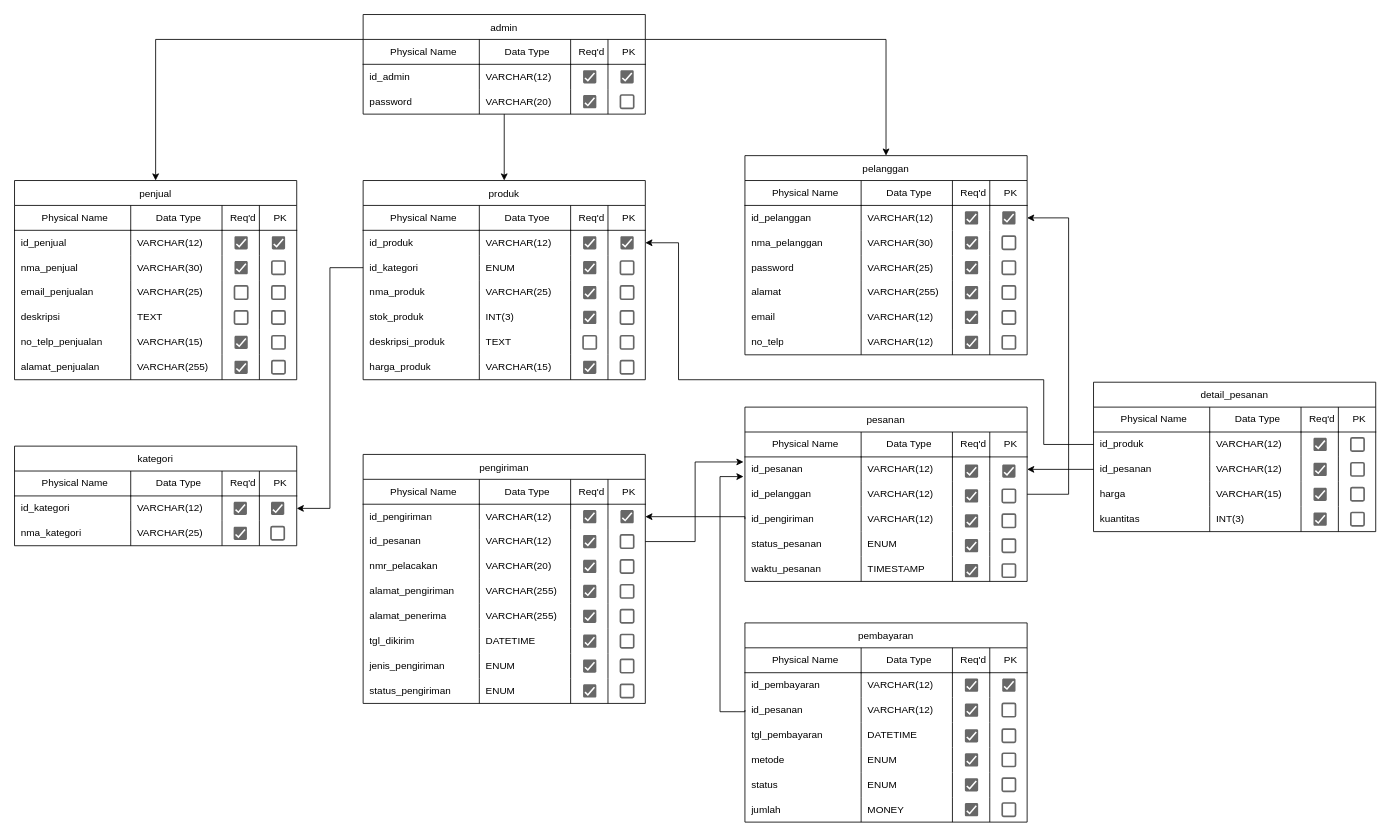
Earlier version of the draw.io diagram e-commerce_pdm.drawio (vinnnna/sistem-basis-data). Source tidied: cells renumbered, new cells numbered last; positions are measured from the earlier drawing's top-left corner, leaving out a move shared by most shapes. Both pictures are drawn from the tidied source at 83%, with x=0, y=0 at pixel (14, 14).
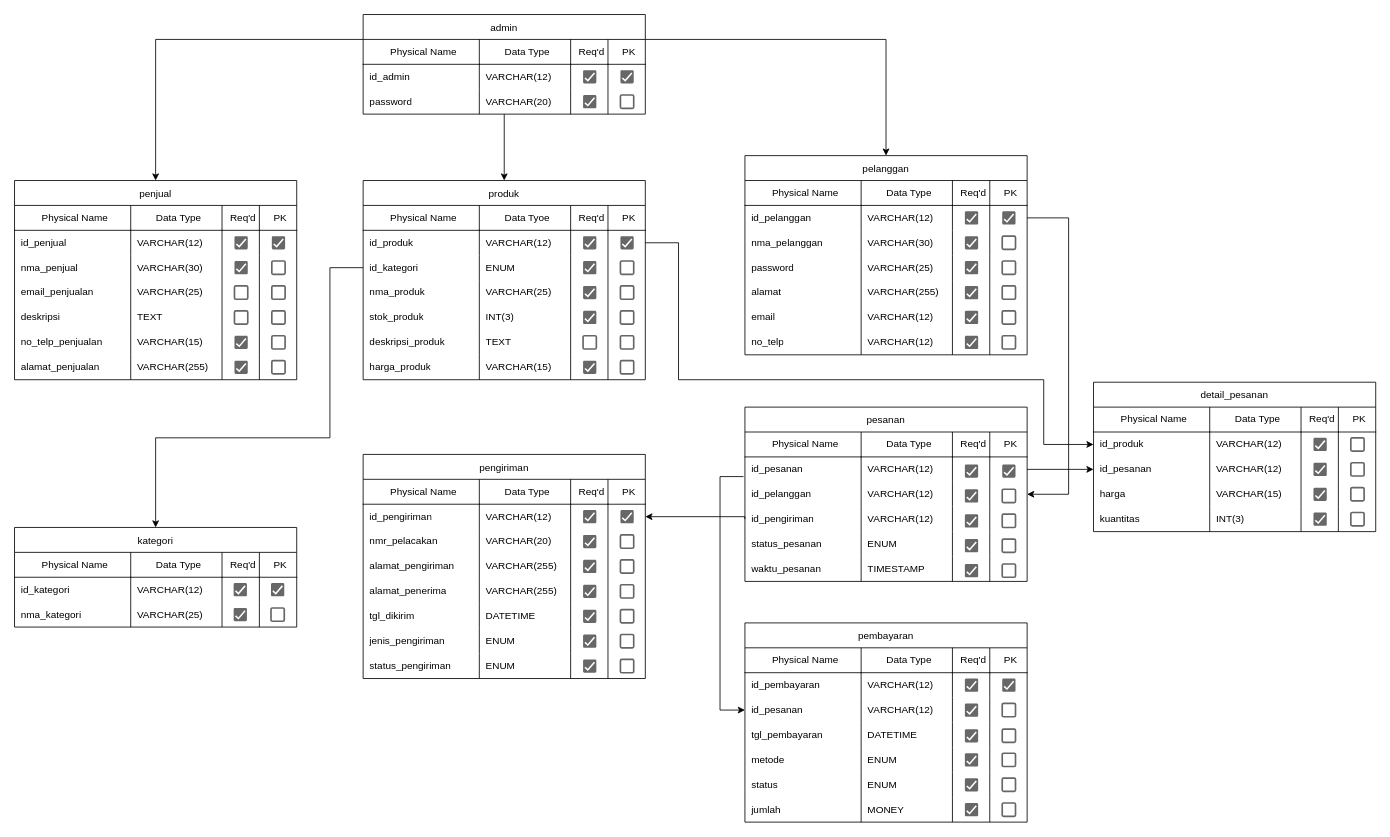
The same page after the edit.

Unchanged cells that the change refers to:
```xml
<mxCell id="44" style="shape=tableRow;horizontal=0;startSize=0;swimlaneHead=0;swimlaneBody=0;top=0;left=0;bottom=0;right=0;fillColor=none;points=[[0,0.5],[1,0.5]];portConstraint=eastwest;strokeColor=inherit;fontSize=12;" parent="38" vertex="1">
  <mxGeometry y="60" width="340" height="30" as="geometry" />
</mxCell>
<mxCell id="49" style="shape=tableRow;horizontal=0;startSize=0;swimlaneHead=0;swimlaneBody=0;top=0;left=0;bottom=0;right=0;fillColor=none;points=[[0,0.5],[1,0.5]];portConstraint=eastwest;strokeColor=inherit;fontSize=12;" parent="38" vertex="1">
  <mxGeometry y="90" width="340" height="30" as="geometry" />
</mxCell>
<mxCell id="80" style="shape=tableRow;horizontal=0;startSize=0;swimlaneHead=0;swimlaneBody=0;top=0;left=0;bottom=0;right=0;fillColor=none;points=[[0,0.5],[1,0.5]];portConstraint=eastwest;strokeColor=inherit;fontSize=12;" parent="74" vertex="1">
  <mxGeometry y="60" width="340" height="30" as="geometry" />
</mxCell>
<mxCell id="85" style="shape=tableRow;horizontal=0;startSize=0;swimlaneHead=0;swimlaneBody=0;top=0;left=0;bottom=0;right=0;fillColor=none;points=[[0,0.5],[1,0.5]];portConstraint=eastwest;strokeColor=inherit;fontSize=12;" parent="74" vertex="1">
  <mxGeometry y="90" width="340" height="30" as="geometry" />
</mxCell>
<mxCell id="111" style="shape=tableRow;horizontal=0;startSize=0;swimlaneHead=0;swimlaneBody=0;top=0;left=0;bottom=0;right=0;fillColor=none;points=[[0,0.5],[1,0.5]];portConstraint=eastwest;strokeColor=inherit;fontSize=12;" parent="105" vertex="1">
  <mxGeometry y="60" width="340" height="30" as="geometry" />
</mxCell>
<mxCell id="116" style="shape=tableRow;horizontal=0;startSize=0;swimlaneHead=0;swimlaneBody=0;top=0;left=0;bottom=0;right=0;fillColor=none;points=[[0,0.5],[1,0.5]];portConstraint=eastwest;strokeColor=inherit;fontSize=12;" parent="105" vertex="1">
  <mxGeometry y="90" width="340" height="30" as="geometry" />
</mxCell>
<mxCell id="137" style="shape=tableRow;horizontal=0;startSize=0;swimlaneHead=0;swimlaneBody=0;top=0;left=0;bottom=0;right=0;fillColor=none;points=[[0,0.5],[1,0.5]];portConstraint=eastwest;strokeColor=inherit;fontSize=12;" parent="131" vertex="1">
  <mxGeometry y="60" width="340" height="30" as="geometry" />
</mxCell>
<mxCell id="191" style="shape=tableRow;horizontal=0;startSize=0;swimlaneHead=0;swimlaneBody=0;top=0;left=0;bottom=0;right=0;fillColor=none;points=[[0,0.5],[1,0.5]];portConstraint=eastwest;strokeColor=inherit;fontSize=12;" parent="185" vertex="1">
  <mxGeometry y="60" width="340" height="30" as="geometry" />
</mxCell>
<mxCell id="259" style="shape=tableRow;horizontal=0;startSize=0;swimlaneHead=0;swimlaneBody=0;top=0;left=0;bottom=0;right=0;fillColor=none;points=[[0,0.5],[1,0.5]];portConstraint=eastwest;strokeColor=inherit;fontSize=12;" parent="248" vertex="1">
  <mxGeometry y="90" width="340" height="30" as="geometry" />
</mxCell>
```

What changed in the source:
```diff
@@
     <mxCell id="185" value="kategori" style="shape=table;startSize=30;childLayout=tableLayout;rowLines=0;fontStyle=0;strokeColor=default;fontSize=12;" parent="1" vertex="1">
-      <mxGeometry y="520" width="340" height="120" as="geometry" />
+      <mxGeometry y="618" width="340" height="120" as="geometry" />
     </mxCell>
@@
     <mxCell id="201" value="pengiriman" style="shape=table;startSize=30;childLayout=tableLayout;rowLines=0;fontStyle=0;strokeColor=default;fontSize=12;" parent="1" vertex="1">
-      <mxGeometry x="420" y="530" width="340" height="300" as="geometry" />
+      <mxGeometry x="420" y="530" width="340" height="270" as="geometry" />
     </mxCell>
@@
-    <mxCell id="212" style="shape=tableRow;horizontal=0;startSize=0;swimlaneHead=0;swimlaneBody=0;top=0;left=0;bottom=0;right=0;fillColor=none;points=[[0,0.5],[1,0.5]];portConstraint=eastwest;strokeColor=inherit;fontSize=12;" parent="201" vertex="1">
-      <mxGeometry y="90" width="340" height="30" as="geometry" />
-    </mxCell>
-    <mxCell id="213" value="id_pesanan" style="shape=partialRectangle;html=1;whiteSpace=wrap;fillColor=none;top=0;left=0;bottom=0;right=0;align=left;spacingLeft=6;overflow=hidden;strokeColor=inherit;fontSize=12;" parent="212" vertex="1">
-      <mxGeometry width="140" height="30" as="geometry" />
-    </mxCell>
-    <mxCell id="214" value="VARCHAR(12)" style="shape=partialRectangle;html=1;whiteSpace=wrap;fillColor=none;top=0;left=0;bottom=0;right=0;align=left;spacingLeft=6;overflow=hidden;strokeColor=inherit;fontSize=12;" parent="212" vertex="1">
-      <mxGeometry x="140" width="110" height="30" as="geometry" />
-    </mxCell>
-    <mxCell id="215" style="shape=partialRectangle;html=1;whiteSpace=wrap;fillColor=none;top=0;left=0;bottom=0;right=0;align=left;spacingLeft=6;overflow=hidden;strokeColor=inherit;fontSize=12;" parent="212" vertex="1">
-      <mxGeometry x="250" width="45" height="30" as="geometry" />
-    </mxCell>
-    <mxCell id="216" style="shape=partialRectangle;html=1;whiteSpace=wrap;fillColor=none;top=0;left=0;bottom=0;right=0;align=left;spacingLeft=6;overflow=hidden;strokeColor=inherit;fontSize=12;" parent="212" vertex="1">
-      <mxGeometry x="295" width="45" height="30" as="geometry" />
-    </mxCell>
     <mxCell id="217" style="shape=tableRow;horizontal=0;startSize=0;swimlaneHead=0;swimlaneBody=0;top=0;left=0;bottom=0;right=0;fillColor=none;strokeColor=inherit;fontSize=12;" parent="201" vertex="1">
-      <mxGeometry y="120" width="340" height="30" as="geometry" />
+      <mxGeometry y="90" width="340" height="30" as="geometry" />
     </mxCell>
@@
     <mxCell id="222" style="shape=tableRow;horizontal=0;startSize=0;swimlaneHead=0;swimlaneBody=0;top=0;left=0;bottom=0;right=0;fillColor=none;strokeColor=inherit;fontSize=12;" parent="201" vertex="1">
-      <mxGeometry y="150" width="340" height="30" as="geometry" />
+      <mxGeometry y="120" width="340" height="30" as="geometry" />
     </mxCell>
@@
     <mxCell id="227" style="shape=tableRow;horizontal=0;startSize=0;swimlaneHead=0;swimlaneBody=0;top=0;left=0;bottom=0;right=0;fillColor=none;strokeColor=inherit;fontSize=12;" parent="201" vertex="1">
-      <mxGeometry y="180" width="340" height="30" as="geometry" />
+      <mxGeometry y="150" width="340" height="30" as="geometry" />
     </mxCell>
@@
     <mxCell id="232" style="shape=tableRow;horizontal=0;startSize=0;swimlaneHead=0;swimlaneBody=0;top=0;left=0;bottom=0;right=0;fillColor=none;strokeColor=inherit;fontSize=12;" parent="201" vertex="1">
-      <mxGeometry y="210" width="340" height="30" as="geometry" />
+      <mxGeometry y="180" width="340" height="30" as="geometry" />
     </mxCell>
@@
     <mxCell id="237" style="shape=tableRow;horizontal=0;startSize=0;swimlaneHead=0;swimlaneBody=0;top=0;left=0;bottom=0;right=0;fillColor=none;strokeColor=inherit;fontSize=12;" parent="201" vertex="1">
-      <mxGeometry y="240" width="340" height="30" as="geometry" />
+      <mxGeometry y="210" width="340" height="30" as="geometry" />
     </mxCell>
@@
     <mxCell id="242" style="shape=tableRow;horizontal=0;startSize=0;swimlaneHead=0;swimlaneBody=0;top=0;left=0;bottom=0;right=0;fillColor=none;strokeColor=inherit;fontSize=12;" parent="201" vertex="1">
-      <mxGeometry y="270" width="340" height="30" as="geometry" />
+      <mxGeometry y="240" width="340" height="30" as="geometry" />
     </mxCell>
@@
-    <mxCell id="284" style="edgeStyle=orthogonalEdgeStyle;rounded=0;jettySize=auto;html=1;entryX=1;entryY=0.5;entryDx=0;entryDy=0;exitX=1;exitY=0.5;exitDx=0;exitDy=0;" parent="1" edge="1" source="85" target="137">
+    <mxCell id="284" style="edgeStyle=orthogonalEdgeStyle;rounded=0;jettySize=auto;html=1;entryX=1;entryY=0.5;entryDx=0;entryDy=0;exitX=1;exitY=0.5;exitDx=0;exitDy=0;startArrow=classic;startFill=1;endArrow=none;endFill=0;" parent="1" edge="1" source="85" target="137">
       <mxGeometry relative="1" as="geometry">
         <Array as="points">
           <mxPoint x="1270" y="578" />
           <mxPoint x="1270" y="245" />
         </Array>
       </mxGeometry>
     </mxCell>
-    <mxCell id="285" style="edgeStyle=orthogonalEdgeStyle;rounded=0;jettySize=auto;html=1;exitX=1;exitY=0.5;exitDx=0;exitDy=0;entryX=-0.005;entryY=0.202;entryDx=0;entryDy=0;entryPerimeter=0;" parent="1" edge="1" source="212" target="80">
+    <mxCell id="285" style="edgeStyle=orthogonalEdgeStyle;rounded=0;jettySize=auto;html=1;exitX=1;exitY=0.5;exitDx=0;exitDy=0;entryX=-0.005;entryY=0.202;entryDx=0;entryDy=0;entryPerimeter=0;endArrow=none;endFill=0;startArrow=classic;startFill=1;" parent="1" edge="1" target="80">
       <mxGeometry relative="1" as="geometry">
         <Array as="points">
           <mxPoint x="820" y="635" />
           <mxPoint x="820" y="540" />
           <mxPoint x="878" y="540" />
         </Array>
       </mxGeometry>
     </mxCell>
-    <mxCell id="286" style="edgeStyle=orthogonalEdgeStyle;rounded=0;jettySize=auto;html=1;exitX=0;exitY=0.5;exitDx=0;exitDy=0;entryX=-0.005;entryY=0.79;entryDx=0;entryDy=0;entryPerimeter=0;" parent="1" edge="1" source="259" target="80">
+    <mxCell id="286" style="edgeStyle=orthogonalEdgeStyle;rounded=0;jettySize=auto;html=1;exitX=0;exitY=0.5;exitDx=0;exitDy=0;entryX=-0.005;entryY=0.79;entryDx=0;entryDy=0;entryPerimeter=0;startArrow=classic;startFill=1;endArrow=none;endFill=0;" parent="1" edge="1" source="259" target="80">
       <mxGeometry relative="1" as="geometry">
         <Array as="points">
-          <mxPoint x="880" y="840" />
-          <mxPoint x="850" y="840" />
+          <mxPoint x="850" y="838" />
           <mxPoint x="850" y="557" />
         </Array>
       </mxGeometry>
     </mxCell>
-    <mxCell id="287" style="edgeStyle=orthogonalEdgeStyle;rounded=0;jettySize=auto;html=1;exitX=0;exitY=0.5;exitDx=0;exitDy=0;entryX=1;entryY=0.5;entryDx=0;entryDy=0;" parent="1" edge="1" source="49" target="191">
+    <mxCell id="287" style="edgeStyle=orthogonalEdgeStyle;rounded=0;jettySize=auto;html=1;exitX=0;exitY=0.5;exitDx=0;exitDy=0;entryX=0.5;entryY=0;entryDx=0;entryDy=0;" parent="1" edge="1" source="49" target="185">
       <mxGeometry relative="1" as="geometry">
         <Array as="points">
           <mxPoint x="380" y="305" />
-          <mxPoint x="380" y="595" />
+          <mxPoint x="380" y="510" />
+          <mxPoint x="170" y="510" />
         </Array>
       </mxGeometry>
     </mxCell>
-    <mxCell id="288" style="edgeStyle=orthogonalEdgeStyle;rounded=0;jettySize=auto;html=1;exitX=0;exitY=0.5;exitDx=0;exitDy=0;entryX=1;entryY=0.5;entryDx=0;entryDy=0;" parent="1" edge="1" source="111" target="44">
+    <mxCell id="288" style="edgeStyle=orthogonalEdgeStyle;rounded=0;jettySize=auto;html=1;exitX=0;exitY=0.5;exitDx=0;exitDy=0;entryX=1;entryY=0.5;entryDx=0;entryDy=0;startArrow=classic;startFill=1;endArrow=none;endFill=0;" parent="1" edge="1" source="111" target="44">
       <mxGeometry relative="1" as="geometry">
         <Array as="points">
           <mxPoint x="1240" y="518" />
           <mxPoint x="1240" y="440" />
           <mxPoint x="800" y="440" />
           <mxPoint x="800" y="275" />
         </Array>
       </mxGeometry>
     </mxCell>
-    <mxCell id="289" style="edgeStyle=orthogonalEdgeStyle;rounded=0;jettySize=auto;html=1;exitX=0;exitY=0.5;exitDx=0;exitDy=0;entryX=1;entryY=0.5;entryDx=0;entryDy=0;" parent="1" edge="1" source="116" target="80">
+    <mxCell id="289" style="edgeStyle=orthogonalEdgeStyle;rounded=0;jettySize=auto;html=1;exitX=0;exitY=0.5;exitDx=0;exitDy=0;entryX=1;entryY=0.5;entryDx=0;entryDy=0;startArrow=classic;startFill=1;endArrow=none;endFill=0;" parent="1" edge="1" source="116" target="80">
       <mxGeometry relative="1" as="geometry" />
     </mxCell>
@@
     <mxCell id="319" style="dashed=0;labelPosition=right;align=left;shape=mxgraph.gmdl.checkbox;strokeColor=none;fillColor=#676767;strokeWidth=2;sketch=0;html=1;" parent="1" vertex="1">
-      <mxGeometry x="264" y="587" width="16" height="16" as="geometry" />
+      <mxGeometry x="264" y="685" width="16" height="16" as="geometry" />
     </mxCell>
     <mxCell id="320" style="dashed=0;labelPosition=right;align=left;shape=mxgraph.gmdl.checkbox;strokeColor=none;fillColor=#676767;strokeWidth=2;sketch=0;html=1;" parent="1" vertex="1">
-      <mxGeometry x="309" y="587" width="16" height="16" as="geometry" />
+      <mxGeometry x="309" y="685" width="16" height="16" as="geometry" />
     </mxCell>
     <mxCell id="321" style="dashed=0;labelPosition=right;align=left;shape=mxgraph.gmdl.checkbox;strokeColor=#666666;fillColor=none;strokeWidth=2;sketch=0;html=1;" parent="1" vertex="1">
-      <mxGeometry x="309" y="617" width="16" height="16" as="geometry" />
+      <mxGeometry x="309" y="715" width="16" height="16" as="geometry" />
     </mxCell>
     <mxCell id="322" style="dashed=0;labelPosition=right;align=left;shape=mxgraph.gmdl.checkbox;strokeColor=none;fillColor=#676767;strokeWidth=2;sketch=0;html=1;" parent="1" vertex="1">
-      <mxGeometry x="264" y="617" width="16" height="16" as="geometry" />
+      <mxGeometry x="264" y="715" width="16" height="16" as="geometry" />
     </mxCell>
@@
-    <mxCell id="358" style="dashed=0;labelPosition=right;align=left;shape=mxgraph.gmdl.checkbox;strokeColor=#666666;fillColor=none;strokeWidth=2;sketch=0;html=1;" parent="1" vertex="1">
-      <mxGeometry x="730" y="807" width="16" height="16" as="geometry" />
-    </mxCell>
-    <mxCell id="359" style="dashed=0;labelPosition=right;align=left;shape=mxgraph.gmdl.checkbox;strokeColor=none;fillColor=#676767;strokeWidth=2;sketch=0;html=1;" parent="1" vertex="1">
-      <mxGeometry x="685" y="807" width="16" height="16" as="geometry" />
-    </mxCell>
```
